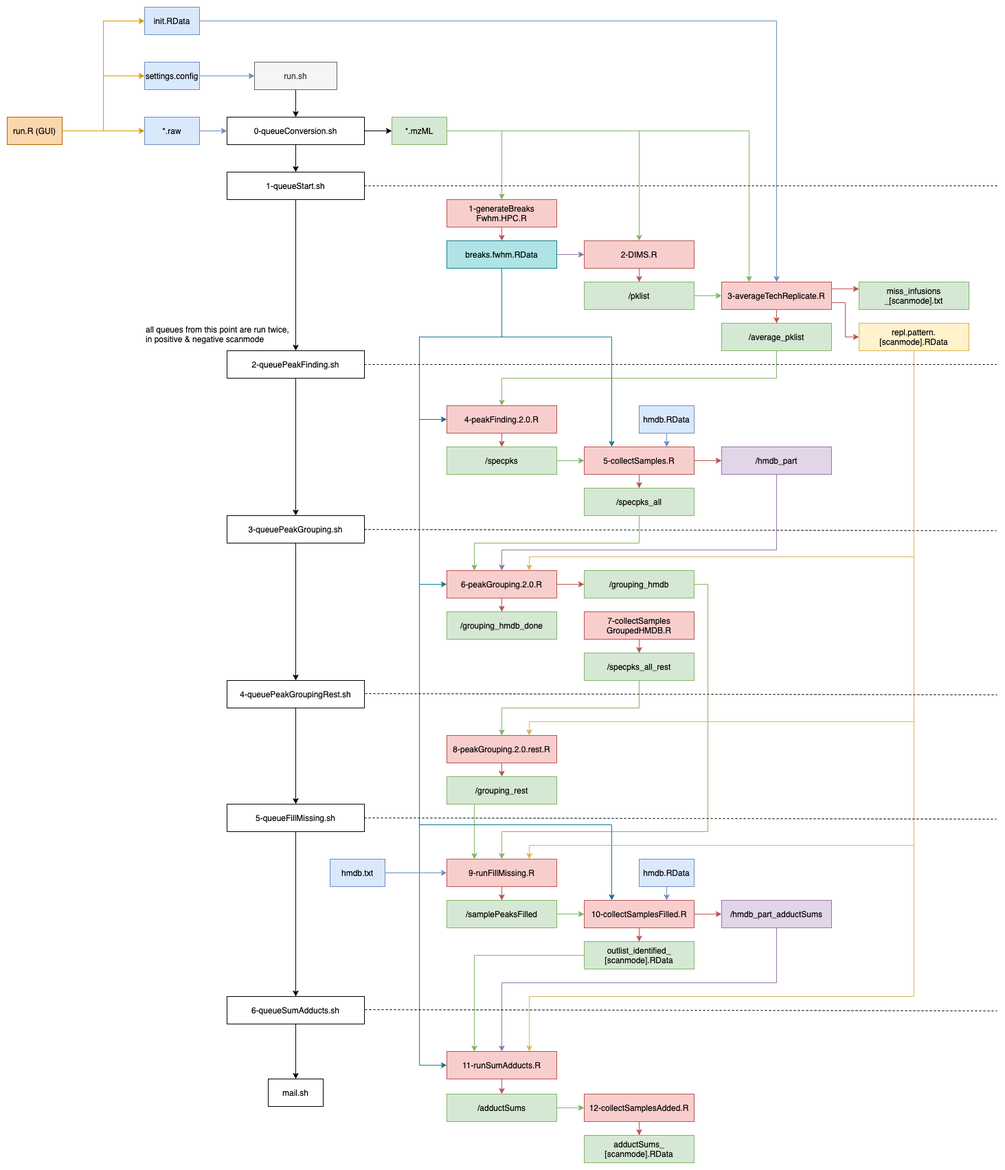
Above: extra/simpler_flowchart.png in UMCUGenetics/DIMS (draw.io), before the change. Source tidied: cells renumbered, new cells last; positions are measured from the earlier drawing's top-left corner, leaving out a move shared by most shapes.
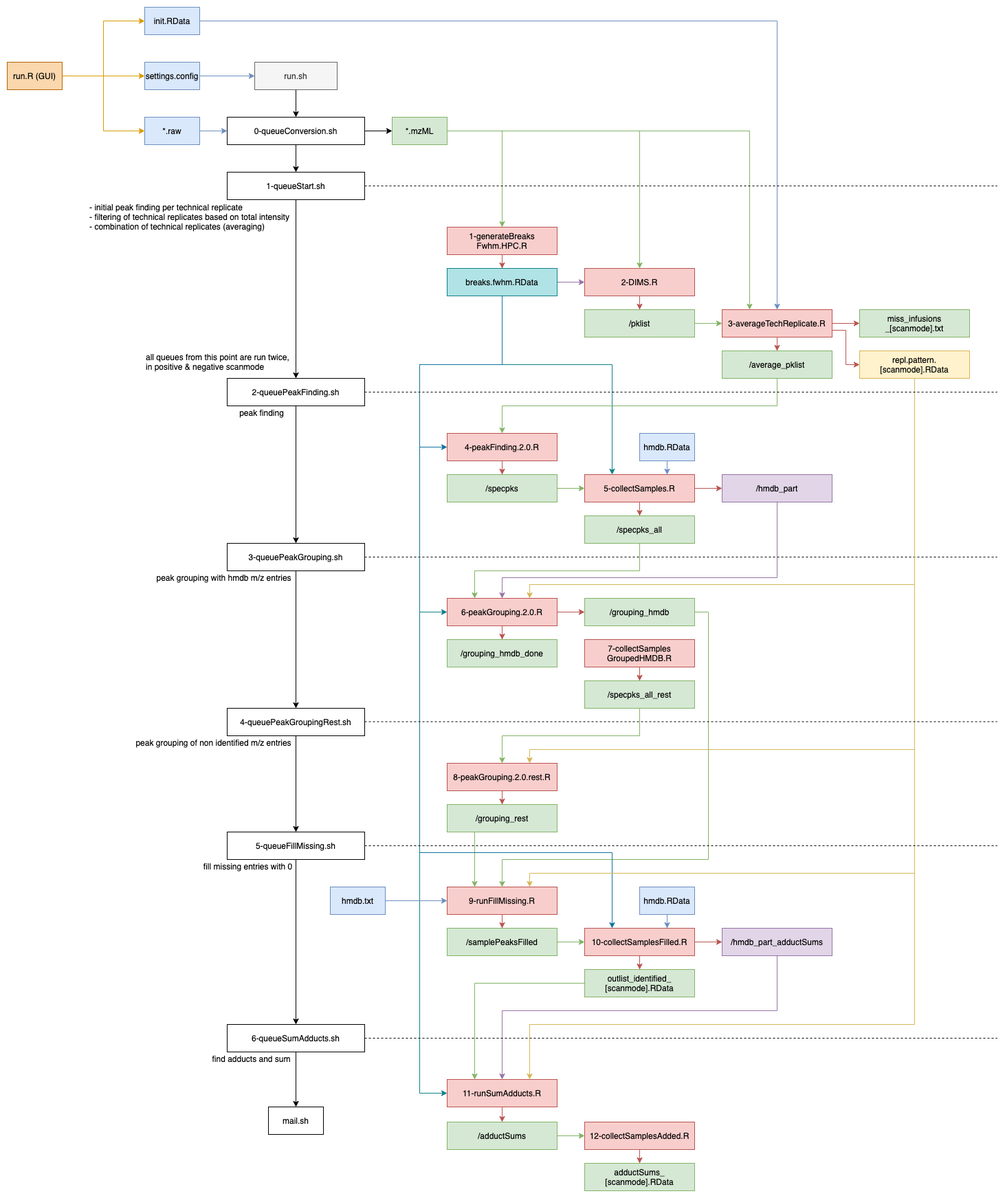
Later version of the same file.

What changed in the source:
```diff
@@ -4,7 +4,7 @@
     <mxCell id="1" parent="0" />
     <mxCell id="2" style="endArrow=none;dashed=1;html=1;" parent="1" edge="1" source="107">
       <mxGeometry relative="1" as="geometry">
-        <mxPoint x="1440" y="762" as="targetPoint" />
+        <mxPoint x="1440" y="760" as="targetPoint" />
       </mxGeometry>
     </mxCell>
     <mxCell id="3" style="edgeStyle=orthogonalEdgeStyle;rounded=0;jettySize=auto;html=1;entryX=0.5;entryY=0;entryDx=0;entryDy=0;" parent="1" edge="1" source="4" target="111">
@@ -129,16 +129,12 @@
     <mxCell id="37" style="edgeStyle=orthogonalEdgeStyle;rounded=0;jettySize=auto;html=1;fillColor=#f8cecc;strokeColor=#b85450;" parent="1" edge="1" source="40" target="78">
       <mxGeometry relative="1" as="geometry" />
     </mxCell>
-    <mxCell id="38" style="edgeStyle=orthogonalEdgeStyle;rounded=0;jettySize=auto;html=1;fillColor=#f8cecc;strokeColor=#b85450;" parent="1" edge="1" source="40" target="69">
-      <mxGeometry relative="1" as="geometry">
-        <Array as="points">
-          <mxPoint x="1220" y="410" />
-          <mxPoint x="1220" y="410" />
-        </Array>
-      </mxGeometry>
+    <mxCell id="38" style="edgeStyle=orthogonalEdgeStyle;rounded=0;jettySize=auto;html=1;fillColor=#f8cecc;strokeColor=#b85450;entryX=0;entryY=0.5;entryDx=0;entryDy=0;" parent="1" edge="1" source="40" target="69">
+      <mxGeometry relative="1" as="geometry" />
     </mxCell>
-    <mxCell id="39" style="edgeStyle=orthogonalEdgeStyle;rounded=0;jettySize=auto;html=1;entryX=0;entryY=0.5;entryDx=0;entryDy=0;fillColor=#f8cecc;strokeColor=#b85450;" parent="1" edge="1" source="40" target="74">
+    <mxCell id="39" style="edgeStyle=orthogonalEdgeStyle;rounded=0;jettySize=auto;html=1;entryX=0;entryY=0.5;entryDx=0;entryDy=0;fillColor=#f8cecc;strokeColor=#b85450;" parent="1" edge="1" source="40">
       <mxGeometry relative="1" as="geometry">
+        <mxPoint x="1240" y="480" as="targetPoint" />
         <Array as="points">
           <mxPoint x="1220" y="430" />
           <mxPoint x="1220" y="480" />
@@ -166,7 +162,7 @@
       <mxGeometry relative="1" as="geometry" />
     </mxCell>
     <mxCell id="46" value="run.sh" style="rounded=0;whiteSpace=wrap;html=1;fillColor=#f5f5f5;strokeColor=#666666;fontColor=#333333;" parent="1" vertex="1">
-      <mxGeometry x="360" y="80" width="120" height="40" as="geometry" />
+      <mxGeometry x="360" y="40" width="120" height="40" as="geometry" />
     </mxCell>
     <mxCell id="47" style="edgeStyle=orthogonalEdgeStyle;rounded=0;jettySize=auto;html=1;fillColor=#d5e8d4;strokeColor=#82b366;" parent="1" edge="1" source="48" target="17">
       <mxGeometry relative="1" as="geometry" />
@@ -285,32 +281,36 @@
     <mxCell id="69" value="miss_infusions&lt;br&gt;_[scanmode].txt" style="rounded=0;whiteSpace=wrap;html=1;fillColor=#d5e8d4;strokeColor=#82b366;" parent="1" vertex="1">
       <mxGeometry x="1240" y="400" width="160" height="40" as="geometry" />
     </mxCell>
-    <mxCell id="70" style="edgeStyle=orthogonalEdgeStyle;rounded=0;jettySize=auto;html=1;entryX=0.75;entryY=0;entryDx=0;entryDy=0;fillColor=#fff2cc;strokeColor=#d6b656;" parent="1" edge="1" source="74" target="11">
+    <mxCell id="70" style="edgeStyle=orthogonalEdgeStyle;rounded=0;jettySize=auto;html=1;entryX=0.75;entryY=0;entryDx=0;entryDy=0;fillColor=#fff2cc;strokeColor=#d6b656;" parent="1" edge="1" target="11">
       <mxGeometry relative="1" as="geometry">
+        <mxPoint x="1320" y="500" as="sourcePoint" />
         <Array as="points">
           <mxPoint x="1320" y="1440" />
           <mxPoint x="760" y="1440" />
         </Array>
       </mxGeometry>
     </mxCell>
-    <mxCell id="71" style="edgeStyle=orthogonalEdgeStyle;rounded=0;jettySize=auto;html=1;entryX=0.75;entryY=0;entryDx=0;entryDy=0;fillColor=#fff2cc;strokeColor=#d6b656;" parent="1" edge="1" source="74" target="6">
+    <mxCell id="71" style="edgeStyle=orthogonalEdgeStyle;rounded=0;jettySize=auto;html=1;entryX=0.75;entryY=0;entryDx=0;entryDy=0;fillColor=#fff2cc;strokeColor=#d6b656;" parent="1" edge="1" target="6">
       <mxGeometry relative="1" as="geometry">
+        <mxPoint x="1320" y="500" as="sourcePoint" />
         <Array as="points">
           <mxPoint x="1320" y="1040" />
           <mxPoint x="760" y="1040" />
         </Array>
       </mxGeometry>
     </mxCell>
-    <mxCell id="72" style="edgeStyle=orthogonalEdgeStyle;rounded=0;jettySize=auto;html=1;entryX=0.75;entryY=0;entryDx=0;entryDy=0;fillColor=#fff2cc;strokeColor=#d6b656;" parent="1" edge="1" source="74" target="27">
+    <mxCell id="72" style="edgeStyle=orthogonalEdgeStyle;rounded=0;jettySize=auto;html=1;entryX=0.75;entryY=0;entryDx=0;entryDy=0;fillColor=#fff2cc;strokeColor=#d6b656;" parent="1" edge="1" target="27">
       <mxGeometry relative="1" as="geometry">
+        <mxPoint x="1320" y="500" as="sourcePoint" />
         <Array as="points">
           <mxPoint x="1320" y="800" />
           <mxPoint x="760" y="800" />
         </Array>
       </mxGeometry>
     </mxCell>
-    <mxCell id="73" style="edgeStyle=orthogonalEdgeStyle;rounded=0;jettySize=auto;html=1;entryX=0.75;entryY=0;entryDx=0;entryDy=0;fillColor=#fff2cc;strokeColor=#d6b656;" parent="1" edge="1" source="74" target="19">
+    <mxCell id="73" style="edgeStyle=orthogonalEdgeStyle;rounded=0;jettySize=auto;html=1;entryX=0.75;entryY=0;entryDx=0;entryDy=0;fillColor=#fff2cc;strokeColor=#d6b656;" parent="1" edge="1" target="19">
       <mxGeometry relative="1" as="geometry">
+        <mxPoint x="1320" y="500" as="sourcePoint" />
         <Array as="points">
           <mxPoint x="1320" y="1220" />
           <mxPoint x="760" y="1220" />
@@ -340,7 +340,7 @@
     <mxCell id="79" style="edgeStyle=orthogonalEdgeStyle;rounded=0;jettySize=auto;html=1;entryX=0.5;entryY=0;entryDx=0;entryDy=0;fillColor=#d5e8d4;strokeColor=#82b366;" parent="1" edge="1" source="82" target="42">
       <mxGeometry relative="1" as="geometry">
         <Array as="points">
-          <mxPoint x="720" y="180" />
+          <mxPoint x="720" y="140" />
         </Array>
       </mxGeometry>
     </mxCell>
@@ -350,18 +350,18 @@
     <mxCell id="81" style="edgeStyle=orthogonalEdgeStyle;rounded=0;jettySize=auto;html=1;fillColor=#d5e8d4;strokeColor=#82b366;" parent="1" edge="1" source="82" target="40">
       <mxGeometry relative="1" as="geometry">
         <Array as="points">
-          <mxPoint x="1080" y="180" />
+          <mxPoint x="1080" y="140" />
         </Array>
       </mxGeometry>
     </mxCell>
     <mxCell id="82" value="*.mzML" style="rounded=0;whiteSpace=wrap;html=1;strokeColor=#82b366;strokeWidth=1;fillColor=#d5e8d4;" parent="1" vertex="1">
-      <mxGeometry x="560" y="160" width="80" height="40" as="geometry" />
+      <mxGeometry x="560" y="120" width="80" height="40" as="geometry" />
     </mxCell>
     <mxCell id="83" style="edgeStyle=orthogonalEdgeStyle;rounded=0;jettySize=auto;html=1;entryX=0.5;entryY=0;entryDx=0;entryDy=0;fillColor=#dae8fc;strokeColor=#6c8ebf;" parent="1" edge="1" source="84" target="40">
       <mxGeometry relative="1" as="geometry" />
     </mxCell>
     <mxCell id="84" value="init.RData" style="rounded=0;whiteSpace=wrap;html=1;strokeColor=#6c8ebf;strokeWidth=1;fillColor=#dae8fc;" parent="1" vertex="1">
-      <mxGeometry x="200" width="80" height="40" as="geometry" />
+      <mxGeometry x="200" y="-40" width="80" height="40" as="geometry" />
     </mxCell>
     <mxCell id="85" style="edgeStyle=orthogonalEdgeStyle;rounded=0;jettySize=auto;html=1;entryX=0;entryY=0.5;entryDx=0;entryDy=0;fillColor=#dae8fc;strokeColor=#6c8ebf;" parent="1" edge="1" source="86" target="19">
       <mxGeometry relative="1" as="geometry" />
@@ -376,13 +376,13 @@
       <mxGeometry relative="1" as="geometry" />
     </mxCell>
     <mxCell id="89" value="0-queueConversion.sh" style="rounded=0;whiteSpace=wrap;html=1;fillColor=#ffffff;strokeColor=#000000;" parent="1" vertex="1">
-      <mxGeometry x="320" y="160" width="200" height="40" as="geometry" />
+      <mxGeometry x="320" y="120" width="200" height="40" as="geometry" />
     </mxCell>
     <mxCell id="90" style="edgeStyle=orthogonalEdgeStyle;rounded=0;jettySize=auto;html=1;entryX=0;entryY=0.5;entryDx=0;entryDy=0;fillColor=#dae8fc;strokeColor=#6c8ebf;" parent="1" edge="1" source="91" target="89">
       <mxGeometry relative="1" as="geometry" />
     </mxCell>
     <mxCell id="91" value="*.raw" style="rounded=0;whiteSpace=wrap;html=1;strokeColor=#6c8ebf;strokeWidth=1;fillColor=#dae8fc;" parent="1" vertex="1">
-      <mxGeometry x="200" y="160" width="80" height="40" as="geometry" />
+      <mxGeometry x="200" y="120" width="80" height="40" as="geometry" />
     </mxCell>
     <mxCell id="92" style="edgeStyle=orthogonalEdgeStyle;rounded=0;jettySize=auto;html=1;entryX=0;entryY=0.5;entryDx=0;entryDy=0;fillColor=#ffe6cc;strokeColor=#d79b00;" parent="1" edge="1" source="95" target="91">
       <mxGeometry relative="1" as="geometry" />
@@ -394,13 +394,13 @@
       <mxGeometry relative="1" as="geometry" />
     </mxCell>
     <mxCell id="95" value="run.R (GUI)&lt;br&gt;" style="rounded=0;whiteSpace=wrap;html=1;strokeColor=#b46504;strokeWidth=1;fillColor=#fad7ac;" parent="1" vertex="1">
-      <mxGeometry y="160" width="80" height="40" as="geometry" />
+      <mxGeometry y="40" width="80" height="40" as="geometry" />
     </mxCell>
     <mxCell id="96" style="edgeStyle=orthogonalEdgeStyle;rounded=0;jettySize=auto;html=1;entryX=0;entryY=0.5;entryDx=0;entryDy=0;fillColor=#dae8fc;strokeColor=#6c8ebf;" parent="1" edge="1" source="97" target="46">
       <mxGeometry relative="1" as="geometry" />
     </mxCell>
     <mxCell id="97" value="settings.config" style="rounded=0;whiteSpace=wrap;html=1;strokeColor=#6c8ebf;strokeWidth=1;fillColor=#dae8fc;" parent="1" vertex="1">
-      <mxGeometry x="200" y="80" width="80" height="40" as="geometry" />
+      <mxGeometry x="200" y="40" width="80" height="40" as="geometry" />
     </mxCell>
     <mxCell id="98" style="endArrow=none;dashed=1;html=1;" parent="1" edge="1" source="101">
       <mxGeometry relative="1" as="geometry">
@@ -409,7 +409,7 @@
     </mxCell>
     <mxCell id="99" style="endArrow=none;dashed=1;html=1;" parent="1" edge="1" source="104">
       <mxGeometry relative="1" as="geometry">
-        <mxPoint x="1441" y="260" as="targetPoint" />
+        <mxPoint x="1440" y="220" as="targetPoint" />
       </mxGeometry>
     </mxCell>
     <mxCell id="100" style="edgeStyle=orthogonalEdgeStyle;rounded=0;jettySize=auto;html=1;entryX=0.5;entryY=0;entryDx=0;entryDy=0;" parent="1" edge="1" source="101" target="107">
@@ -427,11 +427,11 @@
       <mxGeometry relative="1" as="geometry" />
     </mxCell>
     <mxCell id="104" value="1-queueStart.sh" style="rounded=0;whiteSpace=wrap;html=1;fillColor=#ffffff;strokeColor=#000000;" parent="1" vertex="1">
-      <mxGeometry x="320" y="240" width="200" height="40" as="geometry" />
+      <mxGeometry x="320" y="200" width="200" height="40" as="geometry" />
     </mxCell>
     <mxCell id="105" style="endArrow=none;dashed=1;html=1;" parent="1" edge="1" target="104">
       <mxGeometry relative="1" as="geometry">
-        <mxPoint x="320" y="260" as="sourcePoint" />
+        <mxPoint x="320" y="220" as="sourcePoint" />
       </mxGeometry>
     </mxCell>
     <mxCell id="106" style="edgeStyle=orthogonalEdgeStyle;rounded=0;jettySize=auto;html=1;entryX=0.5;entryY=0;entryDx=0;entryDy=0;" parent="1" edge="1" source="107" target="4">
@@ -447,8 +447,8 @@
     </mxCell>
     <mxCell id="109" style="endArrow=none;dashed=1;html=1;" parent="1" edge="1">
       <mxGeometry relative="1" as="geometry">
-        <mxPoint x="521" y="999.1" as="sourcePoint" />
-        <mxPoint x="1441" y="1000.9" as="targetPoint" />
+        <mxPoint x="520" y="999.5" as="sourcePoint" />
+        <mxPoint x="1440" y="999.5" as="targetPoint" />
       </mxGeometry>
     </mxCell>
     <mxCell id="110" style="edgeStyle=orthogonalEdgeStyle;rounded=0;jettySize=auto;html=1;" parent="1" edge="1" source="111" target="8">
@@ -460,13 +460,13 @@
     <mxCell id="112" style="endArrow=none;dashed=1;html=1;" parent="1" edge="1">
       <mxGeometry relative="1" as="geometry">
         <mxPoint x="520" y="1180" as="sourcePoint" />
-        <mxPoint x="1440" y="1181.8" as="targetPoint" />
+        <mxPoint x="1440" y="1180" as="targetPoint" />
       </mxGeometry>
     </mxCell>
     <mxCell id="113" style="endArrow=none;dashed=1;html=1;" parent="1" edge="1">
       <mxGeometry relative="1" as="geometry">
-        <mxPoint x="521" y="1459.1" as="sourcePoint" />
-        <mxPoint x="1441" y="1460.9" as="targetPoint" />
+        <mxPoint x="520" y="1460" as="sourcePoint" />
+        <mxPoint x="1440" y="1460" as="targetPoint" />
       </mxGeometry>
     </mxCell>
     <mxCell id="114" style="edgeStyle=orthogonalEdgeStyle;rounded=0;jettySize=auto;html=1;fillColor=#dae8fc;strokeColor=#6c8ebf;" parent="1" edge="1" source="115">
@@ -486,5 +486,23 @@
     <mxCell id="118" value="all queues from this point are run twice, &lt;br&gt;in positive &amp;amp; negative scanmode" style="text;html=1;align=left;verticalAlign=top;spacingTop=-4;" parent="1" vertex="1">
       <mxGeometry x="200" y="460" width="220" height="30" as="geometry" />
     </mxCell>
+    <mxCell id="119" value="peak finding" style="text;html=1;align=center;verticalAlign=middle;" parent="1" vertex="1">
+      <mxGeometry x="330" y="540" width="80" height="20" as="geometry" />
+    </mxCell>
+    <mxCell id="120" value="peak grouping with hmdb m/z entries" style="text;html=1;align=center;verticalAlign=middle;" parent="1" vertex="1">
+      <mxGeometry x="210" y="780" width="210" height="20" as="geometry" />
+    </mxCell>
+    <mxCell id="121" value="peak grouping of non identified m/z entries" style="text;html=1;align=center;verticalAlign=middle;" parent="1" vertex="1">
+      <mxGeometry x="180" y="1020" width="240" height="20" as="geometry" />
+    </mxCell>
+    <mxCell id="122" value="&lt;div style=&quot;text-align: left&quot;&gt;&lt;span&gt;-&lt;/span&gt;&lt;span&gt;&amp;nbsp;initial peak finding per technical replicate&lt;/span&gt;&lt;/div&gt;&lt;div style=&quot;text-align: left&quot;&gt;&lt;span&gt;- filtering of technical replicates based on total intensity&lt;/span&gt;&lt;/div&gt;&lt;div style=&quot;text-align: left&quot;&gt;&lt;span&gt;- combination of technical replicates (averaging)&lt;/span&gt;&lt;/div&gt;" style="text;html=1;align=center;verticalAlign=middle;" parent="1" vertex="1">
+      <mxGeometry x="110" y="240" width="310" height="50" as="geometry" />
+    </mxCell>
+    <mxCell id="123" value="fill missing entries with 0" style="text;html=1;align=center;verticalAlign=middle;" parent="1" vertex="1">
+      <mxGeometry x="280" y="1200" width="140" height="20" as="geometry" />
+    </mxCell>
+    <mxCell id="124" value="find adducts and sum" style="text;html=1;align=center;verticalAlign=middle;" parent="1" vertex="1">
+      <mxGeometry x="290" y="1480" width="130" height="20" as="geometry" />
+    </mxCell>
   </root>
 </mxGraphModel>
```
